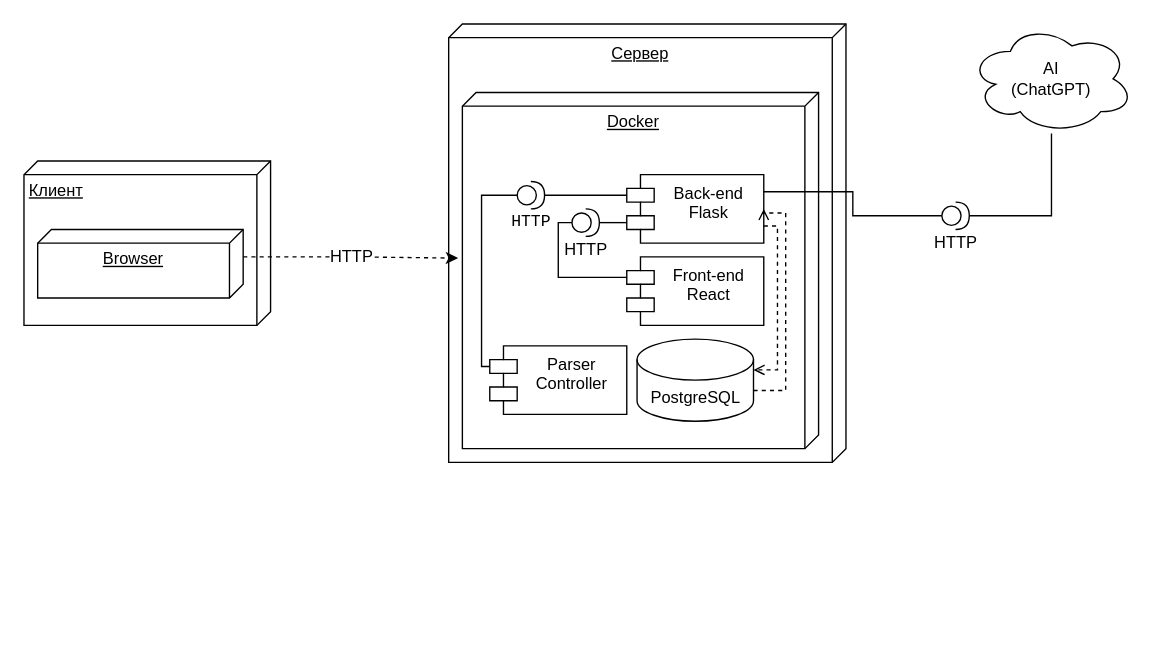
Above: Диаграммы/componentsDiagram.drawio in 0hJonny/Diplom_60701_ (draw.io), before the change. Source tidied: cells renumbered, new cells numbered last; positions are measured from the earlier drawing's top-left corner, leaving out a move shared by most shapes. Both pictures are drawn from the tidied source at 137%, with x=0, y=0 at pixel (23, 23).
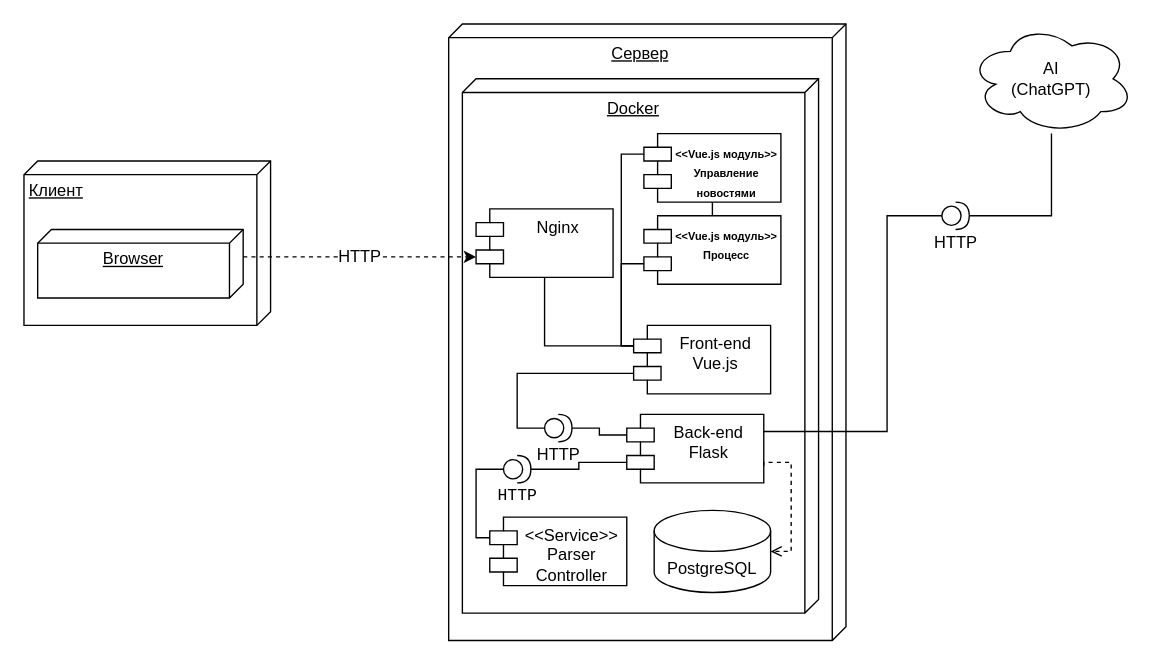
The same diagram, later.

The change refers to these unchanged cells:
```xml
<mxCell id="3" value="&lt;div align=&quot;justify&quot;&gt;Browser&lt;/div&gt;" style="verticalAlign=top;align=center;spacingTop=8;spacingLeft=2;spacingRight=12;shape=cube;size=10;direction=south;fontStyle=4;html=1;whiteSpace=wrap;" parent="1" vertex="1">
  <mxGeometry x="10" y="150" width="150" height="50" as="geometry" />
</mxCell>
<mxCell id="15" value="HTTP" style="shape=providedRequiredInterface;html=1;verticalLabelPosition=bottom;sketch=0;" parent="1" vertex="1">
  <mxGeometry x="670" y="130" width="20" height="20" as="geometry" />
</mxCell>
```

Change to the diagram source:
```diff
@@
     <mxCell id="4" value="Сервер" style="verticalAlign=top;align=center;spacingTop=8;spacingLeft=2;spacingRight=12;shape=cube;size=10;direction=south;fontStyle=4;html=1;whiteSpace=wrap;" parent="1" vertex="1">
-      <mxGeometry x="310" width="290" height="320" as="geometry" />
+      <mxGeometry x="310" width="290" height="450" as="geometry" />
     </mxCell>
     <mxCell id="5" value="&lt;div align=&quot;center&quot;&gt;Docker&lt;/div&gt;" style="verticalAlign=top;align=center;spacingTop=8;spacingLeft=2;spacingRight=12;shape=cube;size=10;direction=south;fontStyle=4;html=1;whiteSpace=wrap;" parent="1" vertex="1">
-      <mxGeometry x="320" y="50" width="260" height="260" as="geometry" />
+      <mxGeometry x="320" y="40" width="260" height="390" as="geometry" />
     </mxCell>
     <mxCell id="6" value="&lt;div&gt;Back-end&lt;/div&gt;&lt;div&gt;Flask&lt;br&gt;&lt;/div&gt;" style="shape=module;align=left;spacingLeft=20;align=center;verticalAlign=top;whiteSpace=wrap;html=1;" parent="1" vertex="1">
-      <mxGeometry x="440" y="110" width="100" height="50" as="geometry" />
+      <mxGeometry x="440" y="285" width="100" height="50" as="geometry" />
     </mxCell>
-    <mxCell id="7" style="edgeStyle=orthogonalEdgeStyle;rounded=0;jettySize=auto;html=1;exitX=1;exitY=0;exitDx=0;exitDy=37.5;exitPerimeter=0;entryX=1;entryY=0.5;entryDx=0;entryDy=0;endArrow=open;endFill=0;dashed=1;" parent="1" edge="1" source="8" target="6">
-      <mxGeometry relative="1" as="geometry">
-        <Array as="points">
-          <mxPoint x="556" y="268" />
-          <mxPoint x="556" y="138" />
-        </Array>
-      </mxGeometry>
-    </mxCell>
     <mxCell id="8" value="PostgreSQL" style="shape=cylinder3;whiteSpace=wrap;html=1;boundedLbl=1;backgroundOutline=1;size=15;" parent="1" vertex="1">
-      <mxGeometry x="447.5" y="230" width="85" height="60" as="geometry" />
+      <mxGeometry x="460" y="355" width="85" height="60" as="geometry" />
     </mxCell>
-    <mxCell id="9" value="Parser Controller" style="shape=module;align=left;spacingLeft=20;align=center;verticalAlign=top;whiteSpace=wrap;html=1;" parent="1" vertex="1">
-      <mxGeometry x="340" y="235" width="100" height="50" as="geometry" />
+    <mxCell id="9" value="&amp;lt;&amp;lt;Service&amp;gt;&amp;gt;&lt;br&gt;Parser Controller" style="shape=module;align=left;spacingLeft=20;align=center;verticalAlign=top;whiteSpace=wrap;html=1;" parent="1" vertex="1">
+      <mxGeometry x="340" y="360" width="100" height="50" as="geometry" />
     </mxCell>
     <mxCell id="10" value="&lt;pre&gt;HTTP&lt;/pre&gt;" style="shape=providedRequiredInterface;html=1;verticalLabelPosition=bottom;sketch=0;" parent="1" vertex="1">
-      <mxGeometry x="360" y="115" width="20" height="20" as="geometry" />
+      <mxGeometry x="350" y="315" width="20" height="20" as="geometry" />
     </mxCell>
-    <mxCell id="11" style="edgeStyle=orthogonalEdgeStyle;rounded=0;jettySize=auto;html=1;entryX=0;entryY=0;entryDx=0;entryDy=15;entryPerimeter=0;endArrow=none;endFill=0;" parent="1" edge="1" source="10" target="6">
-      <mxGeometry relative="1" as="geometry" />
-    </mxCell>
-    <mxCell id="12" style="edgeStyle=orthogonalEdgeStyle;rounded=0;jettySize=auto;html=1;entryX=1;entryY=0;entryDx=0;entryDy=22.5;entryPerimeter=0;exitX=1;exitY=0.75;exitDx=0;exitDy=0;dashed=1;endArrow=open;endFill=0;" parent="1" edge="1" source="6" target="8">
+    <mxCell id="12" style="edgeStyle=orthogonalEdgeStyle;rounded=0;jettySize=auto;html=1;entryX=1;entryY=0.5;entryDx=0;entryDy=0;entryPerimeter=0;exitX=1;exitY=0.75;exitDx=0;exitDy=0;dashed=1;endArrow=open;endFill=0;" parent="1" edge="1" source="6" target="8">
       <mxGeometry relative="1" as="geometry">
         <Array as="points">
-          <mxPoint x="550" y="148" />
-          <mxPoint x="550" y="253" />
+          <mxPoint x="540" y="320" />
+          <mxPoint x="560" y="320" />
+          <mxPoint x="560" y="385" />
         </Array>
       </mxGeometry>
     </mxCell>
@@
     <mxCell id="14" style="edgeStyle=orthogonalEdgeStyle;rounded=0;jettySize=auto;html=1;entryX=1;entryY=0.25;entryDx=0;entryDy=0;endArrow=none;endFill=0;" parent="1" edge="1" source="15" target="6">
-      <mxGeometry relative="1" as="geometry" />
+      <mxGeometry relative="1" as="geometry">
+        <Array as="points">
+          <mxPoint x="630" y="140" />
+          <mxPoint x="630" y="298" />
+          <mxPoint x="540" y="298" />
+        </Array>
+      </mxGeometry>
     </mxCell>
@@
-    <mxCell id="17" style="edgeStyle=orthogonalEdgeStyle;rounded=0;jettySize=auto;html=1;exitX=0;exitY=0.5;exitDx=0;exitDy=0;exitPerimeter=0;entryX=0;entryY=0;entryDx=0;entryDy=15;entryPerimeter=0;startArrow=none;startFill=0;endArrow=none;endFill=0;" parent="1" edge="1" source="10" target="9">
-      <mxGeometry relative="1" as="geometry">
-        <Array as="points">
-          <mxPoint x="334" y="125" />
-          <mxPoint x="334" y="250" />
-        </Array>
-      </mxGeometry>
-    </mxCell>
+    <mxCell id="23" style="edgeStyle=orthogonalEdgeStyle;rounded=0;jettySize=auto;html=1;exitX=0;exitY=0;exitDx=0;exitDy=15;exitPerimeter=0;entryX=0.5;entryY=1;entryDx=0;entryDy=0;endArrow=none;endFill=0;" parent="1" edge="1" source="18" target="27">
+      <mxGeometry relative="1" as="geometry">
+        <Array as="points">
+          <mxPoint x="436" y="235" />
+          <mxPoint x="436" y="175" />
+          <mxPoint x="502" y="175" />
+        </Array>
+      </mxGeometry>
+    </mxCell>
+    <mxCell id="24" style="edgeStyle=orthogonalEdgeStyle;rounded=0;jettySize=auto;html=1;endArrow=none;endFill=0;exitX=0;exitY=0;exitDx=0;exitDy=15;exitPerimeter=0;" parent="1" edge="1" source="18" target="28">
+      <mxGeometry relative="1" as="geometry" />
+    </mxCell>
-    <mxCell id="18" value="&lt;div&gt;Front-end&lt;/div&gt;&lt;div&gt;React&lt;br&gt;&lt;/div&gt;" style="shape=module;align=left;spacingLeft=20;align=center;verticalAlign=top;whiteSpace=wrap;html=1;" parent="1" vertex="1">
-      <mxGeometry x="440" y="170" width="100" height="50" as="geometry" />
+    <mxCell id="18" value="&lt;div&gt;Front-end&lt;/div&gt;&lt;div&gt;Vue.js&lt;/div&gt;" style="shape=module;align=left;spacingLeft=20;align=center;verticalAlign=top;whiteSpace=wrap;html=1;" parent="1" vertex="1">
+      <mxGeometry x="445" y="220" width="100" height="50" as="geometry" />
     </mxCell>
     <mxCell id="19" value="HTTP" style="shape=providedRequiredInterface;html=1;verticalLabelPosition=bottom;sketch=0;" parent="1" vertex="1">
-      <mxGeometry x="400" y="135" width="20" height="20" as="geometry" />
+      <mxGeometry x="380" y="285" width="20" height="20" as="geometry" />
     </mxCell>
-    <mxCell id="20" style="edgeStyle=orthogonalEdgeStyle;rounded=0;jettySize=auto;html=1;exitX=0;exitY=0;exitDx=0;exitDy=35;exitPerimeter=0;entryX=1;entryY=0.5;entryDx=0;entryDy=0;entryPerimeter=0;endArrow=none;endFill=0;" parent="1" edge="1" source="6" target="19">
-      <mxGeometry relative="1" as="geometry" />
-    </mxCell>
-    <mxCell id="21" style="edgeStyle=orthogonalEdgeStyle;rounded=0;jettySize=auto;html=1;exitX=0;exitY=0.5;exitDx=0;exitDy=0;exitPerimeter=0;entryX=0;entryY=0;entryDx=0;entryDy=15;entryPerimeter=0;endArrow=none;endFill=0;" parent="1" edge="1" source="19" target="18">
-      <mxGeometry relative="1" as="geometry">
-        <Array as="points">
-          <mxPoint x="390" y="145" />
-          <mxPoint x="390" y="185" />
-        </Array>
-      </mxGeometry>
-    </mxCell>
-    <mxCell id="22" value="&lt;font style=&quot;font-size: 12px;&quot;&gt;HTTP&lt;/font&gt;" style="edgeStyle=orthogonalEdgeStyle;rounded=0;jettySize=auto;html=1;exitX=0;exitY=0;exitDx=20;exitDy=0;exitPerimeter=0;entryX=0.465;entryY=1.012;entryDx=0;entryDy=0;entryPerimeter=0;dashed=1;" parent="1" edge="1" source="3" target="5">
+    <mxCell id="22" value="&lt;font style=&quot;font-size: 12px;&quot;&gt;HTTP&lt;/font&gt;" style="edgeStyle=orthogonalEdgeStyle;rounded=0;jettySize=auto;html=1;exitX=0;exitY=0;exitDx=20;exitDy=0;exitPerimeter=0;entryX=0;entryY=0;entryDx=0;entryDy=35;entryPerimeter=0;dashed=1;" parent="1" edge="1" source="3" target="28">
       <mxGeometry relative="1" as="geometry" />
     </mxCell>
+    <mxCell id="11" style="edgeStyle=orthogonalEdgeStyle;rounded=0;jettySize=auto;html=1;entryX=0;entryY=0;entryDx=0;entryDy=35;entryPerimeter=0;endArrow=none;endFill=0;" parent="1" edge="1" source="10" target="6">
+      <mxGeometry relative="1" as="geometry" />
+    </mxCell>
+    <mxCell id="17" style="edgeStyle=orthogonalEdgeStyle;rounded=0;jettySize=auto;html=1;entryX=0;entryY=0;entryDx=0;entryDy=15;entryPerimeter=0;exitX=0;exitY=0.5;exitDx=0;exitDy=0;exitPerimeter=0;endArrow=none;endFill=0;" parent="1" edge="1" source="10" target="9">
+      <mxGeometry relative="1" as="geometry">
+        <Array as="points">
+          <mxPoint x="330" y="325" />
+          <mxPoint x="330" y="375" />
+        </Array>
+      </mxGeometry>
+    </mxCell>
+    <mxCell id="25" style="edgeStyle=orthogonalEdgeStyle;rounded=0;jettySize=auto;html=1;entryX=0;entryY=0;entryDx=0;entryDy=15;entryPerimeter=0;endArrow=none;endFill=0;" parent="1" edge="1" source="19" target="6">
+      <mxGeometry relative="1" as="geometry" />
+    </mxCell>
+    <mxCell id="26" value="&lt;font style=&quot;font-size: 8px;&quot;&gt;&lt;b&gt;&amp;lt;&amp;lt;Vue.js модуль&amp;gt;&amp;gt;&lt;br&gt;Процесс&lt;/b&gt;&lt;br&gt;&lt;/font&gt;" style="shape=module;align=left;spacingLeft=20;align=center;verticalAlign=top;whiteSpace=wrap;html=1;" parent="1" vertex="1">
+      <mxGeometry x="452.5" y="140" width="100" height="50" as="geometry" />
+    </mxCell>
+    <mxCell id="27" value="&lt;font style=&quot;font-size: 8px;&quot;&gt;&lt;b&gt;&amp;lt;&amp;lt;Vue.js модуль&amp;gt;&amp;gt;&lt;br&gt;Управление новостями&lt;/b&gt;&lt;br&gt;&lt;/font&gt;" style="shape=module;align=left;spacingLeft=20;align=center;verticalAlign=top;whiteSpace=wrap;html=1;" parent="1" vertex="1">
+      <mxGeometry x="452.5" y="80" width="100" height="50" as="geometry" />
+    </mxCell>
+    <mxCell id="28" value="&lt;font style=&quot;&quot;&gt;Nginx&lt;br&gt;&lt;/font&gt;" style="shape=module;align=left;spacingLeft=20;align=center;verticalAlign=top;whiteSpace=wrap;html=1;" parent="1" vertex="1">
+      <mxGeometry x="330" y="135" width="100" height="50" as="geometry" />
+    </mxCell>
+    <mxCell id="29" style="edgeStyle=orthogonalEdgeStyle;rounded=0;jettySize=auto;html=1;entryX=0;entryY=0.5;entryDx=0;entryDy=0;entryPerimeter=0;endArrow=none;endFill=0;exitX=0;exitY=0;exitDx=0;exitDy=35;exitPerimeter=0;" parent="1" edge="1" source="18" target="19">
+      <mxGeometry relative="1" as="geometry" />
+    </mxCell>
+    <mxCell id="30" style="edgeStyle=orthogonalEdgeStyle;rounded=0;jettySize=auto;html=1;entryX=0;entryY=0;entryDx=0;entryDy=15;entryPerimeter=0;exitX=0;exitY=0;exitDx=0;exitDy=15;exitPerimeter=0;endArrow=none;endFill=0;" parent="1" edge="1" source="18" target="27">
+      <mxGeometry relative="1" as="geometry">
+        <Array as="points">
+          <mxPoint x="436" y="235" />
+          <mxPoint x="436" y="95" />
+        </Array>
+      </mxGeometry>
+    </mxCell>
```
